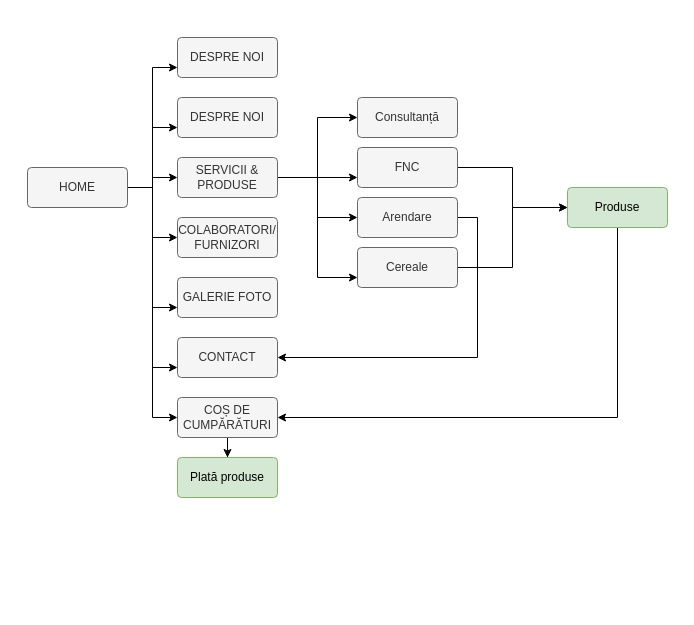
Before: Untitled Diagram.drawio in tacumihaela/CTS_1088, a draw.io diagram. Source tidied: cells renumbered, new cells numbered last; positions are measured from the earlier drawing's top-left corner, leaving out a move shared by most shapes. Both pictures are drawn from the tidied source at 100%, with x=0, y=0 at pixel (27, 37).
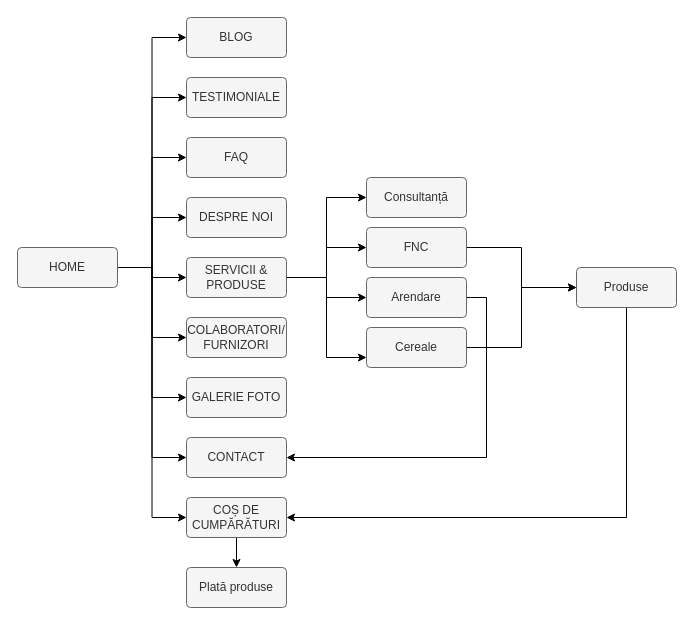
Above is the later version.

Diff of the diagram source:
```diff
@@
+    <mxCell id="32" style="edgeStyle=orthogonalEdgeStyle;rounded=0;jettySize=auto;html=1;exitX=1;exitY=0.5;exitDx=0;exitDy=0;entryX=0;entryY=0.5;entryDx=0;entryDy=0;" parent="1" edge="1" source="9" target="35">
+      <mxGeometry relative="1" as="geometry" />
+    </mxCell>
+    <mxCell id="33" style="edgeStyle=orthogonalEdgeStyle;rounded=0;jettySize=auto;html=1;exitX=1;exitY=0.5;exitDx=0;exitDy=0;entryX=0;entryY=0.5;entryDx=0;entryDy=0;" parent="1" edge="1" source="9" target="36">
+      <mxGeometry relative="1" as="geometry" />
+    </mxCell>
+    <mxCell id="34" style="edgeStyle=orthogonalEdgeStyle;rounded=0;jettySize=auto;html=1;exitX=1;exitY=0.5;exitDx=0;exitDy=0;entryX=0;entryY=0.5;entryDx=0;entryDy=0;" parent="1" edge="1" source="9" target="37">
+      <mxGeometry relative="1" as="geometry" />
+    </mxCell>
+    <mxCell id="3" style="edgeStyle=orthogonalEdgeStyle;rounded=0;jettySize=auto;html=1;exitX=1;exitY=0.5;exitDx=0;exitDy=0;entryX=0;entryY=0.5;entryDx=0;entryDy=0;" parent="1" edge="1" source="9" target="11">
+      <mxGeometry relative="1" as="geometry" />
+    </mxCell>
@@
-    <mxCell id="3" style="edgeStyle=orthogonalEdgeStyle;rounded=0;jettySize=auto;html=1;exitX=1;exitY=0.5;exitDx=0;exitDy=0;entryX=0;entryY=0.75;entryDx=0;entryDy=0;" parent="1" edge="1" source="9" target="11">
-      <mxGeometry relative="1" as="geometry" />
-    </mxCell>
-    <mxCell id="4" style="edgeStyle=orthogonalEdgeStyle;rounded=0;jettySize=auto;html=1;exitX=1;exitY=0.5;exitDx=0;exitDy=0;entryX=0;entryY=0.75;entryDx=0;entryDy=0;" parent="1" edge="1" source="9" target="10">
-      <mxGeometry relative="1" as="geometry" />
-    </mxCell>
@@
-    <mxCell id="6" style="edgeStyle=orthogonalEdgeStyle;rounded=0;jettySize=auto;html=1;exitX=1;exitY=0.5;exitDx=0;exitDy=0;entryX=0;entryY=0.75;entryDx=0;entryDy=0;" parent="1" edge="1" source="9" target="18">
+    <mxCell id="6" style="edgeStyle=orthogonalEdgeStyle;rounded=0;jettySize=auto;html=1;exitX=1;exitY=0.5;exitDx=0;exitDy=0;entryX=0;entryY=0.5;entryDx=0;entryDy=0;" parent="1" edge="1" source="9" target="18">
       <mxGeometry relative="1" as="geometry" />
     </mxCell>
-    <mxCell id="7" style="edgeStyle=orthogonalEdgeStyle;rounded=0;jettySize=auto;html=1;exitX=1;exitY=0.5;exitDx=0;exitDy=0;entryX=0;entryY=0.75;entryDx=0;entryDy=0;" parent="1" edge="1" source="9" target="19">
+    <mxCell id="7" style="edgeStyle=orthogonalEdgeStyle;rounded=0;jettySize=auto;html=1;exitX=1;exitY=0.5;exitDx=0;exitDy=0;entryX=0;entryY=0.5;entryDx=0;entryDy=0;" parent="1" edge="1" source="9" target="19">
       <mxGeometry relative="1" as="geometry" />
     </mxCell>
@@
     <mxCell id="9" value="HOME" style="rounded=1;arcSize=10;whiteSpace=wrap;html=1;align=center;fillColor=#f5f5f5;strokeColor=#666666;fontColor=#333333;" parent="1" vertex="1">
-      <mxGeometry y="130" width="100" height="40" as="geometry" />
+      <mxGeometry x="-10" y="210" width="100" height="40" as="geometry" />
     </mxCell>
-    <mxCell id="10" value="DESPRE NOI" style="rounded=1;arcSize=10;whiteSpace=wrap;html=1;align=center;fillColor=#f5f5f5;strokeColor=#666666;fontColor=#333333;" parent="1" vertex="1">
-      <mxGeometry x="150" width="100" height="40" as="geometry" />
-    </mxCell>
     <mxCell id="11" value="DESPRE NOI" style="rounded=1;arcSize=10;whiteSpace=wrap;html=1;align=center;fillColor=#f5f5f5;strokeColor=#666666;fontColor=#333333;" parent="1" vertex="1">
-      <mxGeometry x="150" y="60" width="100" height="40" as="geometry" />
+      <mxGeometry x="159" y="160" width="100" height="40" as="geometry" />
     </mxCell>
-    <mxCell id="12" style="edgeStyle=orthogonalEdgeStyle;rounded=0;jettySize=auto;html=1;exitX=1;exitY=0.25;exitDx=0;exitDy=0;" parent="1" edge="1" source="16" target="22">
-      <mxGeometry relative="1" as="geometry">
-        <Array as="points">
-          <mxPoint x="250" y="140" />
-        </Array>
-      </mxGeometry>
-    </mxCell>
@@
+    <mxCell id="12" style="edgeStyle=orthogonalEdgeStyle;rounded=0;jettySize=auto;html=1;exitX=1;exitY=0.5;exitDx=0;exitDy=0;entryX=0;entryY=0.5;entryDx=0;entryDy=0;" parent="1" edge="1" source="16" target="22">
+      <mxGeometry relative="1" as="geometry" />
+    </mxCell>
     <mxCell id="16" value="SERVICII &amp;amp; PRODUSE" style="rounded=1;arcSize=10;whiteSpace=wrap;html=1;align=center;fillColor=#f5f5f5;strokeColor=#666666;fontColor=#333333;" parent="1" vertex="1">
-      <mxGeometry x="150" y="120" width="100" height="40" as="geometry" />
+      <mxGeometry x="159" y="220" width="100" height="40" as="geometry" />
     </mxCell>
     <mxCell id="17" value="COLABORATORI/ FURNIZORI" style="rounded=1;arcSize=10;whiteSpace=wrap;html=1;align=center;fillColor=#f5f5f5;strokeColor=#666666;fontColor=#333333;" parent="1" vertex="1">
-      <mxGeometry x="150" y="180" width="100" height="40" as="geometry" />
+      <mxGeometry x="159" y="280" width="100" height="40" as="geometry" />
     </mxCell>
     <mxCell id="18" value="GALERIE FOTO" style="rounded=1;arcSize=10;whiteSpace=wrap;html=1;align=center;fillColor=#f5f5f5;strokeColor=#666666;fontColor=#333333;" parent="1" vertex="1">
-      <mxGeometry x="150" y="240" width="100" height="40" as="geometry" />
+      <mxGeometry x="159" y="340" width="100" height="40" as="geometry" />
     </mxCell>
     <mxCell id="19" value="CONTACT" style="rounded=1;arcSize=10;whiteSpace=wrap;html=1;align=center;fillColor=#f5f5f5;strokeColor=#666666;fontColor=#333333;" parent="1" vertex="1">
-      <mxGeometry x="150" y="300" width="100" height="40" as="geometry" />
+      <mxGeometry x="159" y="400" width="100" height="40" as="geometry" />
     </mxCell>
     <mxCell id="20" value="Consultanță" style="rounded=1;arcSize=10;whiteSpace=wrap;html=1;align=center;fillColor=#f5f5f5;strokeColor=#666666;fontColor=#333333;" parent="1" vertex="1">
-      <mxGeometry x="330" y="60" width="100" height="40" as="geometry" />
+      <mxGeometry x="339" y="140" width="100" height="40" as="geometry" />
     </mxCell>
@@
     <mxCell id="22" value="FNC" style="rounded=1;arcSize=10;whiteSpace=wrap;html=1;align=center;fillColor=#f5f5f5;strokeColor=#666666;fontColor=#333333;" parent="1" vertex="1">
-      <mxGeometry x="330" y="110" width="100" height="40" as="geometry" />
+      <mxGeometry x="339" y="190" width="100" height="40" as="geometry" />
     </mxCell>
@@
     <mxCell id="24" value="Arendare" style="rounded=1;arcSize=10;whiteSpace=wrap;html=1;align=center;fillColor=#f5f5f5;strokeColor=#666666;fontColor=#333333;" parent="1" vertex="1">
-      <mxGeometry x="330" y="160" width="100" height="40" as="geometry" />
+      <mxGeometry x="339" y="240" width="100" height="40" as="geometry" />
     </mxCell>
@@
     <mxCell id="26" value="Cereale" style="rounded=1;arcSize=10;whiteSpace=wrap;html=1;align=center;fillColor=#f5f5f5;strokeColor=#666666;fontColor=#333333;" parent="1" vertex="1">
-      <mxGeometry x="330" y="210" width="100" height="40" as="geometry" />
+      <mxGeometry x="339" y="290" width="100" height="40" as="geometry" />
     </mxCell>
@@
-    <mxCell id="28" value="Produse" style="rounded=1;arcSize=10;whiteSpace=wrap;html=1;align=center;fillColor=#d5e8d4;strokeColor=#82b366;" parent="1" vertex="1">
-      <mxGeometry x="540" y="150" width="100" height="40" as="geometry" />
+    <mxCell id="28" value="Produse" style="rounded=1;arcSize=10;whiteSpace=wrap;html=1;align=center;fillColor=#f5f5f5;strokeColor=#666666;fontColor=#333333;" parent="1" vertex="1">
+      <mxGeometry x="549" y="230" width="100" height="40" as="geometry" />
     </mxCell>
@@
     <mxCell id="30" value="COȘ DE CUMPĂRĂTURI" style="rounded=1;arcSize=10;whiteSpace=wrap;html=1;align=center;fillColor=#f5f5f5;strokeColor=#666666;fontColor=#333333;" parent="1" vertex="1">
-      <mxGeometry x="150" y="360" width="100" height="40" as="geometry" />
+      <mxGeometry x="159" y="460" width="100" height="40" as="geometry" />
     </mxCell>
-    <mxCell id="31" value="Plată produse" style="rounded=1;arcSize=10;whiteSpace=wrap;html=1;align=center;fillColor=#d5e8d4;strokeColor=#82b366;" parent="1" vertex="1">
-      <mxGeometry x="150" y="420" width="100" height="40" as="geometry" />
+    <mxCell id="31" value="Plată produse" style="rounded=1;arcSize=10;whiteSpace=wrap;html=1;align=center;fillColor=#f5f5f5;strokeColor=#666666;fontColor=#333333;" parent="1" vertex="1">
+      <mxGeometry x="159" y="530" width="100" height="40" as="geometry" />
     </mxCell>
+    <mxCell id="35" value="BLOG" style="rounded=1;arcSize=10;whiteSpace=wrap;html=1;align=center;fillColor=#f5f5f5;strokeColor=#666666;fontColor=#333333;" parent="1" vertex="1">
+      <mxGeometry x="159" y="-20" width="100" height="40" as="geometry" />
+    </mxCell>
+    <mxCell id="36" value="TESTIMONIALE" style="rounded=1;arcSize=10;whiteSpace=wrap;html=1;align=center;fillColor=#f5f5f5;strokeColor=#666666;fontColor=#333333;" parent="1" vertex="1">
+      <mxGeometry x="159" y="40" width="100" height="40" as="geometry" />
+    </mxCell>
+    <mxCell id="37" value="FAQ" style="rounded=1;arcSize=10;whiteSpace=wrap;html=1;align=center;fillColor=#f5f5f5;strokeColor=#666666;fontColor=#333333;" parent="1" vertex="1">
+      <mxGeometry x="159" y="100" width="100" height="40" as="geometry" />
+    </mxCell>
```
